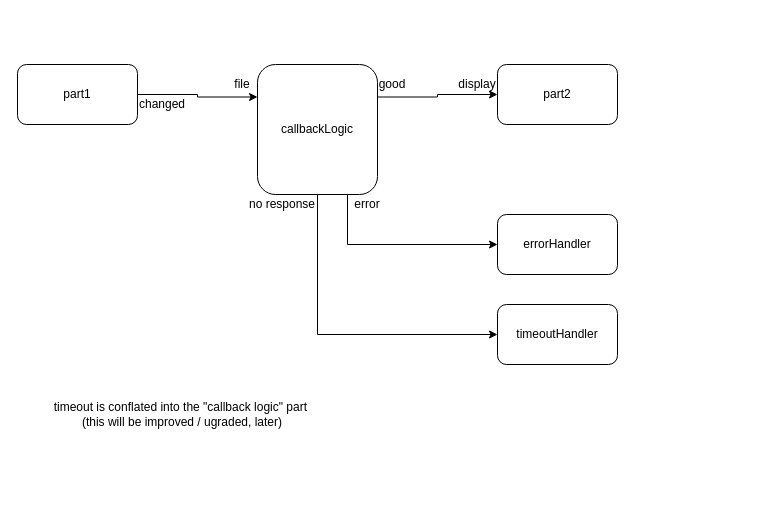
Earlier version of the draw.io diagram page "example 3 - first attempt" (1 of 6) of drawing.drawio (guitarvydas/ag-js-3). Source tidied: cells renumbered, new cells numbered last; positions are measured from the earlier drawing's top-left corner, leaving out a move shared by most shapes. Both pictures are drawn from the tidied source at 100%, with x=0, y=0 at pixel (17, 64).
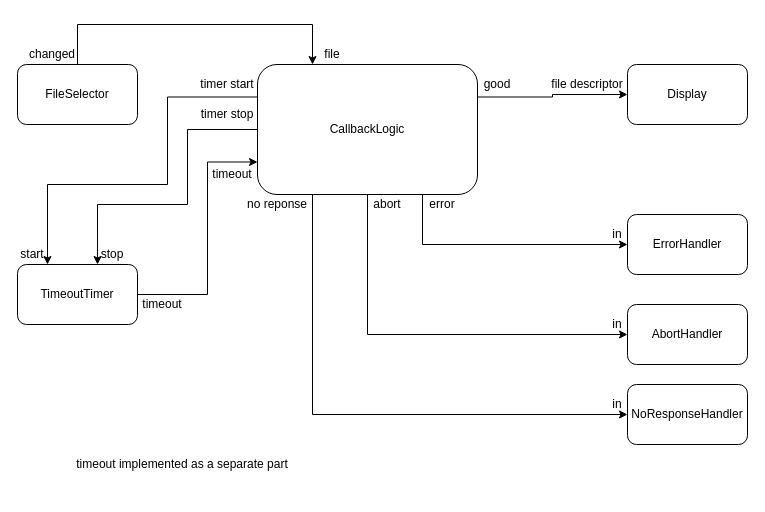
After the change.

Commit message (it also covers changes not shown here):
wip: fleshing out timeout timer

What changed in the source:
```diff
@@
-    <mxCell id="2" style="edgeStyle=orthogonalEdgeStyle;rounded=0;jettySize=auto;html=1;exitX=1;exitY=0.5;exitDx=0;exitDy=0;entryX=0;entryY=0.25;entryDx=0;entryDy=0;" parent="1" edge="1" source="3" target="7">
-      <mxGeometry relative="1" as="geometry" />
+    <mxCell id="2" style="edgeStyle=orthogonalEdgeStyle;rounded=0;jettySize=auto;html=1;exitX=0.5;exitY=0;exitDx=0;exitDy=0;entryX=0.25;entryY=0;entryDx=0;entryDy=0;" parent="1" edge="1" source="3" target="7">
+      <mxGeometry relative="1" as="geometry">
+        <Array as="points">
+          <mxPoint x="60" y="-40" />
+          <mxPoint x="295" y="-40" />
+        </Array>
+      </mxGeometry>
     </mxCell>
-    <mxCell id="3" value="part1" style="rounded=1;whiteSpace=wrap;html=1;" parent="1" vertex="1">
+    <mxCell id="3" value="FileSelector" style="rounded=1;whiteSpace=wrap;html=1;" parent="1" vertex="1">
       <mxGeometry width="120" height="60" as="geometry" />
     </mxCell>
+    <mxCell id="18" style="edgeStyle=orthogonalEdgeStyle;rounded=0;jettySize=auto;html=1;exitX=0.25;exitY=1;exitDx=0;exitDy=0;entryX=0;entryY=0.5;entryDx=0;entryDy=0;" parent="1" edge="1" source="7" target="21">
+      <mxGeometry relative="1" as="geometry" />
+    </mxCell>
+    <mxCell id="6" style="edgeStyle=orthogonalEdgeStyle;rounded=0;jettySize=auto;html=1;entryX=0;entryY=0.5;entryDx=0;entryDy=0;exitX=0.5;exitY=1;exitDx=0;exitDy=0;" parent="1" edge="1" source="7" target="16">
+      <mxGeometry relative="1" as="geometry" />
+    </mxCell>
+    <mxCell id="5" style="edgeStyle=orthogonalEdgeStyle;rounded=0;jettySize=auto;html=1;exitX=0.75;exitY=1;exitDx=0;exitDy=0;entryX=0;entryY=0.5;entryDx=0;entryDy=0;" parent="1" edge="1" source="7" target="15">
+      <mxGeometry relative="1" as="geometry" />
+    </mxCell>
@@
-    <mxCell id="5" style="edgeStyle=orthogonalEdgeStyle;rounded=0;jettySize=auto;html=1;exitX=0.75;exitY=1;exitDx=0;exitDy=0;entryX=0;entryY=0.5;entryDx=0;entryDy=0;" parent="1" edge="1" source="7" target="15">
-      <mxGeometry relative="1" as="geometry" />
-    </mxCell>
-    <mxCell id="6" style="edgeStyle=orthogonalEdgeStyle;rounded=0;jettySize=auto;html=1;exitX=0.5;exitY=1;exitDx=0;exitDy=0;entryX=0;entryY=0.5;entryDx=0;entryDy=0;" parent="1" edge="1" source="7" target="16">
-      <mxGeometry relative="1" as="geometry" />
-    </mxCell>
+    <mxCell id="19" style="edgeStyle=orthogonalEdgeStyle;rounded=0;jettySize=auto;html=1;exitX=0;exitY=0.25;exitDx=0;exitDy=0;entryX=0.25;entryY=0;entryDx=0;entryDy=0;" parent="1" edge="1" source="7" target="28">
+      <mxGeometry relative="1" as="geometry">
+        <Array as="points">
+          <mxPoint x="150" y="33" />
+          <mxPoint x="150" y="120" />
+          <mxPoint x="30" y="120" />
+        </Array>
+      </mxGeometry>
+    </mxCell>
+    <mxCell id="20" style="edgeStyle=orthogonalEdgeStyle;rounded=0;jettySize=auto;html=1;exitX=0;exitY=0.5;exitDx=0;exitDy=0;entryX=0.667;entryY=0;entryDx=0;entryDy=0;entryPerimeter=0;" parent="1" edge="1" source="7" target="28">
+      <mxGeometry relative="1" as="geometry">
+        <Array as="points">
+          <mxPoint x="170" y="65" />
+          <mxPoint x="170" y="140" />
+          <mxPoint x="80" y="140" />
+        </Array>
+      </mxGeometry>
+    </mxCell>
-    <mxCell id="7" value="callbackLogic" style="rounded=1;whiteSpace=wrap;html=1;" parent="1" vertex="1">
-      <mxGeometry x="240" width="120" height="130" as="geometry" />
+    <mxCell id="7" value="CallbackLogic" style="rounded=1;whiteSpace=wrap;html=1;" parent="1" vertex="1">
+      <mxGeometry x="240" width="220" height="130" as="geometry" />
     </mxCell>
-    <mxCell id="8" value="part2" style="rounded=1;whiteSpace=wrap;html=1;" parent="1" vertex="1">
-      <mxGeometry x="480" width="120" height="60" as="geometry" />
+    <mxCell id="8" value="Display" style="rounded=1;whiteSpace=wrap;html=1;" parent="1" vertex="1">
+      <mxGeometry x="610" width="120" height="60" as="geometry" />
     </mxCell>
-    <mxCell id="9" value="display" style="text;html=1;strokeColor=none;fillColor=none;align=center;verticalAlign=middle;whiteSpace=wrap;rounded=0;" parent="1" vertex="1">
-      <mxGeometry x="440" y="10" width="40" height="20" as="geometry" />
+    <mxCell id="9" value="file descriptor" style="text;html=1;strokeColor=none;fillColor=none;align=center;verticalAlign=middle;whiteSpace=wrap;rounded=0;" parent="1" vertex="1">
+      <mxGeometry x="530" y="10" width="80" height="20" as="geometry" />
     </mxCell>
-    <mxCell id="10" value="file" style="text;html=1;strokeColor=none;fillColor=none;align=center;verticalAlign=middle;whiteSpace=wrap;rounded=0;" parent="1" vertex="1">
-      <mxGeometry x="210" y="10" width="30" height="20" as="geometry" />
-    </mxCell>
     <mxCell id="11" value="changed" style="text;html=1;strokeColor=none;fillColor=none;align=center;verticalAlign=middle;whiteSpace=wrap;rounded=0;" parent="1" vertex="1">
-      <mxGeometry x="120" y="30" width="50" height="20" as="geometry" />
+      <mxGeometry x="10" y="-20" width="50" height="20" as="geometry" />
     </mxCell>
-    <mxCell id="12" value="no response" style="text;html=1;strokeColor=none;fillColor=none;align=center;verticalAlign=middle;whiteSpace=wrap;rounded=0;" parent="1" vertex="1">
-      <mxGeometry x="230" y="130" width="70" height="20" as="geometry" />
-    </mxCell>
-    <mxCell id="13" value="error" style="text;html=1;strokeColor=none;fillColor=none;align=center;verticalAlign=middle;whiteSpace=wrap;rounded=0;" parent="1" vertex="1">
-      <mxGeometry x="330" y="130" width="40" height="20" as="geometry" />
-    </mxCell>
-    <mxCell id="14" value="good" style="text;html=1;strokeColor=none;fillColor=none;align=center;verticalAlign=middle;whiteSpace=wrap;rounded=0;" parent="1" vertex="1">
-      <mxGeometry x="360" y="10" width="30" height="20" as="geometry" />
-    </mxCell>
-    <mxCell id="15" value="errorHandler" style="rounded=1;whiteSpace=wrap;html=1;" parent="1" vertex="1">
-      <mxGeometry x="480" y="150" width="120" height="60" as="geometry" />
+    <mxCell id="15" value="ErrorHandler" style="rounded=1;whiteSpace=wrap;html=1;" parent="1" vertex="1">
+      <mxGeometry x="610" y="150" width="120" height="60" as="geometry" />
     </mxCell>
-    <mxCell id="16" value="timeoutHandler" style="rounded=1;whiteSpace=wrap;html=1;" parent="1" vertex="1">
-      <mxGeometry x="480" y="240" width="120" height="60" as="geometry" />
+    <mxCell id="16" value="AbortHandler" style="rounded=1;whiteSpace=wrap;html=1;" parent="1" vertex="1">
+      <mxGeometry x="610" y="240" width="120" height="60" as="geometry" />
     </mxCell>
-    <mxCell id="17" value="timeout is conflated into the &quot;callback logic&quot; part&amp;nbsp;&lt;br&gt;(this will be improved / ugraded, later)" style="text;html=1;strokeColor=none;fillColor=none;align=center;verticalAlign=middle;whiteSpace=wrap;rounded=0;" parent="1" vertex="1">
-      <mxGeometry y="320" width="330" height="60" as="geometry" />
+    <mxCell id="17" value="timeout implemented as a separate part" style="text;html=1;strokeColor=none;fillColor=none;align=center;verticalAlign=middle;whiteSpace=wrap;rounded=0;" parent="1" vertex="1">
+      <mxGeometry y="370" width="330" height="60" as="geometry" />
     </mxCell>
+    <mxCell id="21" value="NoResponseHandler" style="rounded=1;whiteSpace=wrap;html=1;" parent="1" vertex="1">
+      <mxGeometry x="610" y="320" width="120" height="60" as="geometry" />
+    </mxCell>
+    <mxCell id="14" value="good" style="text;html=1;strokeColor=none;fillColor=none;align=center;verticalAlign=middle;whiteSpace=wrap;rounded=0;" parent="1" vertex="1">
+      <mxGeometry x="460" y="10" width="40" height="20" as="geometry" />
+    </mxCell>
+    <mxCell id="10" value="file" style="text;html=1;strokeColor=none;fillColor=none;align=center;verticalAlign=middle;whiteSpace=wrap;rounded=0;" parent="1" vertex="1">
+      <mxGeometry x="300" y="-20" width="30" height="20" as="geometry" />
+    </mxCell>
+    <mxCell id="13" value="error" style="text;html=1;strokeColor=none;fillColor=none;align=center;verticalAlign=middle;whiteSpace=wrap;rounded=0;" parent="1" vertex="1">
+      <mxGeometry x="410" y="130" width="30" height="20" as="geometry" />
+    </mxCell>
+    <mxCell id="22" value="no reponse" style="text;html=1;strokeColor=none;fillColor=none;align=center;verticalAlign=middle;whiteSpace=wrap;rounded=0;" parent="1" vertex="1">
+      <mxGeometry x="220" y="130" width="80" height="20" as="geometry" />
+    </mxCell>
+    <mxCell id="23" value="abort" style="text;html=1;strokeColor=none;fillColor=none;align=center;verticalAlign=middle;whiteSpace=wrap;rounded=0;" parent="1" vertex="1">
+      <mxGeometry x="350" y="130" width="40" height="20" as="geometry" />
+    </mxCell>
+    <mxCell id="24" value="in" style="text;html=1;strokeColor=none;fillColor=none;align=center;verticalAlign=middle;whiteSpace=wrap;rounded=0;" parent="1" vertex="1">
+      <mxGeometry x="590" y="160" width="20" height="20" as="geometry" />
+    </mxCell>
+    <mxCell id="25" value="in" style="text;html=1;strokeColor=none;fillColor=none;align=center;verticalAlign=middle;whiteSpace=wrap;rounded=0;" parent="1" vertex="1">
+      <mxGeometry x="590" y="330" width="20" height="20" as="geometry" />
+    </mxCell>
+    <mxCell id="26" value="in" style="text;html=1;strokeColor=none;fillColor=none;align=center;verticalAlign=middle;whiteSpace=wrap;rounded=0;" parent="1" vertex="1">
+      <mxGeometry x="590" y="250" width="20" height="20" as="geometry" />
+    </mxCell>
+    <mxCell id="27" style="edgeStyle=orthogonalEdgeStyle;rounded=0;jettySize=auto;html=1;exitX=1;exitY=0.5;exitDx=0;exitDy=0;entryX=0;entryY=0.75;entryDx=0;entryDy=0;" parent="1" edge="1" source="28" target="7">
+      <mxGeometry relative="1" as="geometry">
+        <Array as="points">
+          <mxPoint x="190" y="230" />
+          <mxPoint x="190" y="98" />
+        </Array>
+      </mxGeometry>
+    </mxCell>
+    <mxCell id="28" value="TimeoutTimer" style="rounded=1;whiteSpace=wrap;html=1;" parent="1" vertex="1">
+      <mxGeometry y="200" width="120" height="60" as="geometry" />
+    </mxCell>
+    <mxCell id="29" value="timeout" style="text;html=1;strokeColor=none;fillColor=none;align=center;verticalAlign=middle;whiteSpace=wrap;rounded=0;" parent="1" vertex="1">
+      <mxGeometry x="120" y="230" width="50" height="20" as="geometry" />
+    </mxCell>
+    <mxCell id="30" value="timeout" style="text;html=1;strokeColor=none;fillColor=none;align=center;verticalAlign=middle;whiteSpace=wrap;rounded=0;" parent="1" vertex="1">
+      <mxGeometry x="190" y="100" width="50" height="20" as="geometry" />
+    </mxCell>
+    <mxCell id="31" value="stop" style="text;html=1;strokeColor=none;fillColor=none;align=center;verticalAlign=middle;whiteSpace=wrap;rounded=0;" parent="1" vertex="1">
+      <mxGeometry x="80" y="180" width="30" height="20" as="geometry" />
+    </mxCell>
+    <mxCell id="32" value="start" style="text;html=1;strokeColor=none;fillColor=none;align=center;verticalAlign=middle;whiteSpace=wrap;rounded=0;" parent="1" vertex="1">
+      <mxGeometry y="180" width="30" height="20" as="geometry" />
+    </mxCell>
+    <mxCell id="33" value="timer start" style="text;html=1;strokeColor=none;fillColor=none;align=center;verticalAlign=middle;whiteSpace=wrap;rounded=0;" parent="1" vertex="1">
+      <mxGeometry x="180" y="10" width="60" height="20" as="geometry" />
+    </mxCell>
+    <mxCell id="34" value="timer stop" style="text;html=1;strokeColor=none;fillColor=none;align=center;verticalAlign=middle;whiteSpace=wrap;rounded=0;" parent="1" vertex="1">
+      <mxGeometry x="180" y="40" width="60" height="20" as="geometry" />
+    </mxCell>
```
